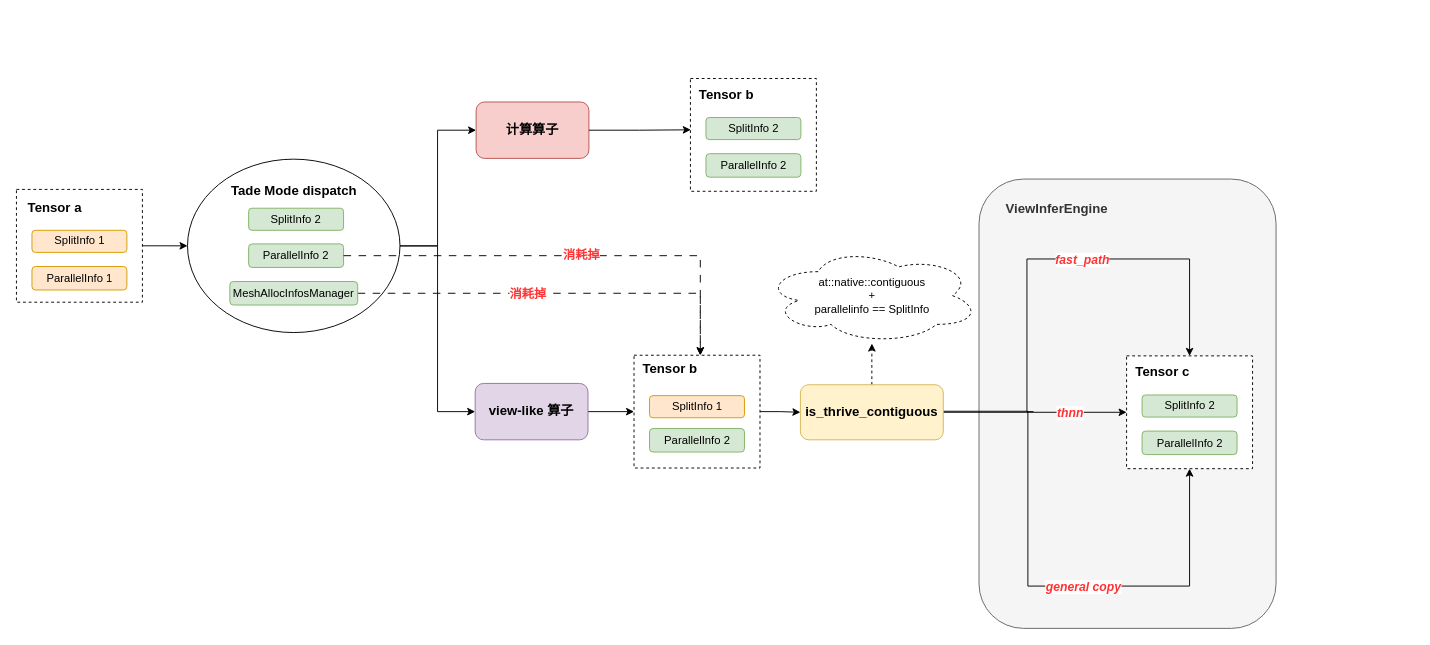
The draw.io diagram view-like方案.drawio in QLW7/draw_io, before the edit. Source tidied: cells renumbered, new cells numbered last; positions are measured from the earlier drawing's top-left corner, leaving out a move shared by most shapes. Both pictures are drawn from the tidied source at 94%, with x=0, y=0 at pixel (16, 78).
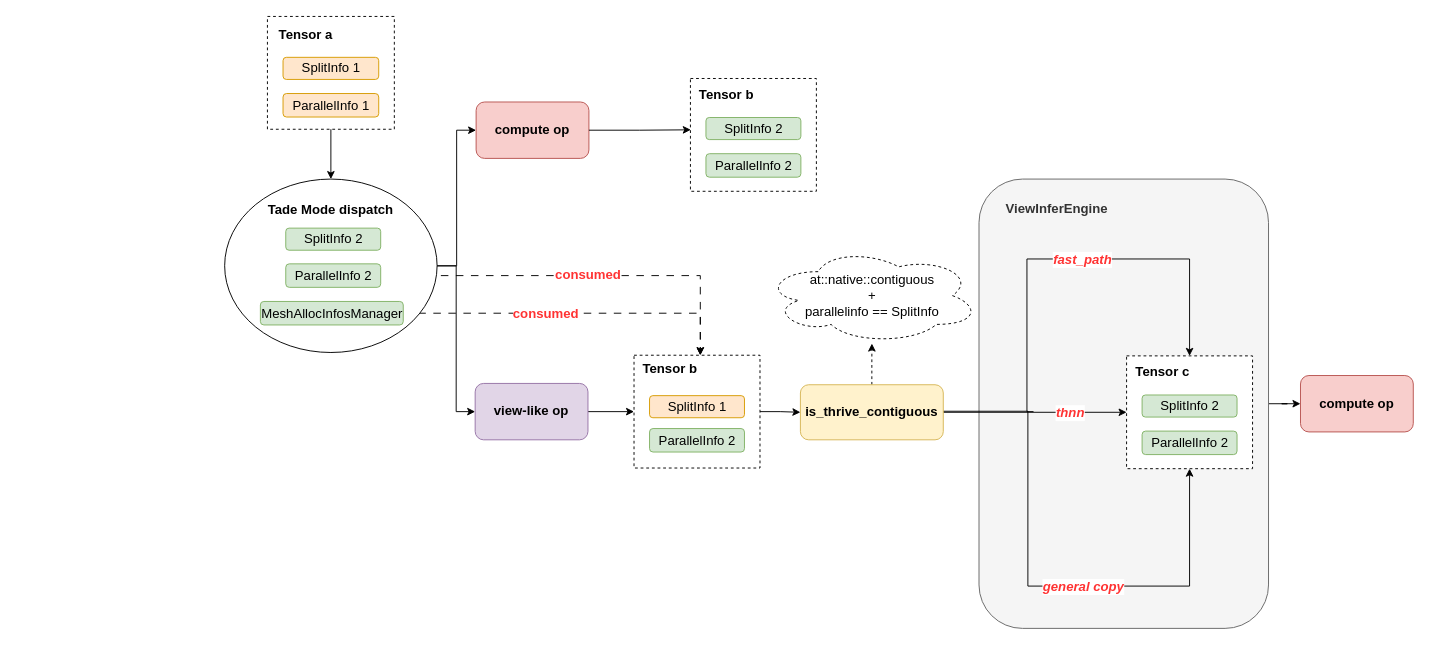
The same diagram, later.

What changed in the source:
```diff
@@
+    <mxCell id="51" style="edgeStyle=orthogonalEdgeStyle;rounded=0;jettySize=auto;html=1;entryX=0;entryY=0.5;entryDx=0;entryDy=0;" parent="1" edge="1" source="2" target="53">
+      <mxGeometry relative="1" as="geometry" />
+    </mxCell>
-    <mxCell id="2" style="rounded=1;whiteSpace=wrap;html=1;fillColor=#f5f5f5;strokeColor=#666666;fontColor=#333333;" parent="1" vertex="1">
-      <mxGeometry x="1024" y="107" width="316" height="478" as="geometry" />
+    <mxCell id="2" style="rounded=1;whiteSpace=wrap;html=1;fillColor=#f5f5f5;strokeColor=#666666;fontColor=#333333;fontSize=14;" parent="1" vertex="1">
+      <mxGeometry x="1024" y="107" width="308" height="478" as="geometry" />
     </mxCell>
-    <mxCell id="3" value="&lt;font style=&quot;font-size: 14px;&quot;&gt;&lt;b&gt;计算算子&lt;/b&gt;&lt;/font&gt;" style="rounded=1;whiteSpace=wrap;html=1;fillColor=#f8cecc;strokeColor=#b85450;" parent="1" vertex="1">
+    <mxCell id="3" value="&lt;b&gt;compute op&lt;/b&gt;" style="rounded=1;whiteSpace=wrap;html=1;fillColor=#f8cecc;strokeColor=#b85450;fontSize=14;" parent="1" vertex="1">
       <mxGeometry x="489" y="25" width="120" height="60" as="geometry" />
     </mxCell>
-    <mxCell id="4" style="edgeStyle=orthogonalEdgeStyle;rounded=0;jettySize=auto;html=1;entryX=0;entryY=0.5;entryDx=0;entryDy=0;" parent="1" edge="1" source="21" target="31">
-      <mxGeometry relative="1" as="geometry" />
-    </mxCell>
-    <mxCell id="5" style="edgeStyle=orthogonalEdgeStyle;rounded=0;jettySize=auto;html=1;entryX=0;entryY=0.5;entryDx=0;entryDy=0;" parent="1" edge="1" source="31" target="3">
-      <mxGeometry relative="1" as="geometry">
-        <Array as="points">
-          <mxPoint x="448" y="178" />
-          <mxPoint x="448" y="55" />
-        </Array>
-      </mxGeometry>
-    </mxCell>
-    <mxCell id="6" style="edgeStyle=orthogonalEdgeStyle;rounded=0;jettySize=auto;html=1;entryX=0.003;entryY=0.455;entryDx=0;entryDy=0;entryPerimeter=0;" parent="1" edge="1" source="3" target="26">
+    <mxCell id="6" style="edgeStyle=orthogonalEdgeStyle;rounded=0;jettySize=auto;html=1;entryX=0.003;entryY=0.455;entryDx=0;entryDy=0;entryPerimeter=0;fontSize=14;" parent="1" edge="1" source="3" target="26">
       <mxGeometry relative="1" as="geometry" />
     </mxCell>
-    <mxCell id="7" style="edgeStyle=orthogonalEdgeStyle;rounded=0;jettySize=auto;html=1;entryX=0;entryY=0.5;entryDx=0;entryDy=0;" parent="1" edge="1" source="8" target="46">
+    <mxCell id="7" style="edgeStyle=orthogonalEdgeStyle;rounded=0;jettySize=auto;html=1;entryX=0;entryY=0.5;entryDx=0;entryDy=0;fontSize=14;" parent="1" edge="1" source="8" target="46">
       <mxGeometry relative="1" as="geometry" />
     </mxCell>
-    <mxCell id="8" value="&lt;font style=&quot;font-size: 14px;&quot;&gt;&lt;b&gt;view-like 算子&lt;/b&gt;&lt;/font&gt;" style="rounded=1;whiteSpace=wrap;html=1;fillColor=#e1d5e7;strokeColor=#9673a6;" parent="1" vertex="1">
+    <mxCell id="8" value="&lt;font&gt;&lt;b&gt;view-like op&lt;/b&gt;&lt;/font&gt;" style="rounded=1;whiteSpace=wrap;html=1;fillColor=#e1d5e7;strokeColor=#9673a6;fontSize=14;" parent="1" vertex="1">
       <mxGeometry x="488" y="324.4" width="120" height="60" as="geometry" />
     </mxCell>
-    <mxCell id="9" style="edgeStyle=orthogonalEdgeStyle;rounded=0;jettySize=auto;html=1;entryX=0;entryY=0.5;entryDx=0;entryDy=0;" parent="1" edge="1" source="31" target="8">
-      <mxGeometry relative="1" as="geometry" />
-    </mxCell>
-    <mxCell id="10" style="edgeStyle=orthogonalEdgeStyle;rounded=0;jettySize=auto;html=1;entryX=0.5;entryY=0;entryDx=0;entryDy=0;exitX=1;exitY=0.5;exitDx=0;exitDy=0;" parent="1" edge="1" target="41">
+    <mxCell id="10" style="edgeStyle=orthogonalEdgeStyle;rounded=0;jettySize=auto;html=1;entryX=0.5;entryY=0;entryDx=0;entryDy=0;exitX=1;exitY=0.5;exitDx=0;exitDy=0;fontSize=14;" parent="1" edge="1" target="41">
       <mxGeometry relative="1" as="geometry">
         <mxPoint x="1082" y="354.4" as="sourcePoint" />
         <Array as="points">
           <mxPoint x="1075" y="354" />
           <mxPoint x="1075" y="192" />
           <mxPoint x="1248" y="192" />
         </Array>
       </mxGeometry>
     </mxCell>
-    <mxCell id="11" style="edgeLabel;html=1;align=center;verticalAlign=middle;" parent="10" vertex="1">
-      <mxGeometry x="0.02" y="-1" relative="1" as="geometry" />
-    </mxCell>
-    <mxCell id="12" value="&lt;span style=&quot;color: rgb(255, 51, 51); font-size: 13px; font-style: italic; font-weight: 700;&quot;&gt;fast_path&lt;/span&gt;" style="edgeLabel;html=1;align=center;verticalAlign=middle;" parent="10" vertex="1">
+    <mxCell id="12" value="&lt;span style=&quot;color: rgb(255, 51, 51); font-style: italic; font-weight: 700;&quot;&gt;fast_path&lt;/span&gt;" style="edgeLabel;html=1;align=center;verticalAlign=middle;fontSize=14;" parent="10" vertex="1">
       <mxGeometry x="0.06" y="2" relative="1" as="geometry">
         <mxPoint x="-8" y="2" as="offset" />
       </mxGeometry>
     </mxCell>
-    <mxCell id="13" style="edgeStyle=orthogonalEdgeStyle;rounded=0;jettySize=auto;html=1;entryX=0.5;entryY=1;entryDx=0;entryDy=0;exitX=1;exitY=0.5;exitDx=0;exitDy=0;" parent="1" edge="1" source="18" target="41">
+    <mxCell id="13" style="edgeStyle=orthogonalEdgeStyle;rounded=0;jettySize=auto;html=1;entryX=0.5;entryY=1;entryDx=0;entryDy=0;exitX=1;exitY=0.5;exitDx=0;exitDy=0;fontSize=14;" parent="1" edge="1" source="18" target="41">
       <mxGeometry relative="1" as="geometry">
         <Array as="points">
           <mxPoint x="986" y="354" />
           <mxPoint x="1076" y="354" />
           <mxPoint x="1076" y="540" />
           <mxPoint x="1248" y="540" />
         </Array>
       </mxGeometry>
     </mxCell>
-    <mxCell id="14" value="&lt;b style=&quot;color: rgb(255, 51, 51); font-size: 13px;&quot;&gt;&lt;i&gt;general copy&lt;/i&gt;&lt;/b&gt;" style="edgeLabel;html=1;align=center;verticalAlign=middle;" parent="13" vertex="1">
+    <mxCell id="14" value="&lt;b style=&quot;color: rgb(255, 51, 51);&quot;&gt;&lt;i&gt;general copy&lt;/i&gt;&lt;/b&gt;" style="edgeLabel;html=1;align=center;verticalAlign=middle;fontSize=14;" parent="13" vertex="1">
       <mxGeometry x="0.17" relative="1" as="geometry" />
     </mxCell>
-    <mxCell id="15" style="edgeStyle=orthogonalEdgeStyle;rounded=0;jettySize=auto;html=1;entryX=0;entryY=0.5;entryDx=0;entryDy=0;exitX=1;exitY=0.5;exitDx=0;exitDy=0;" parent="1" edge="1" source="18" target="41">
+    <mxCell id="15" style="edgeStyle=orthogonalEdgeStyle;rounded=0;jettySize=auto;html=1;entryX=0;entryY=0.5;entryDx=0;entryDy=0;exitX=1;exitY=0.5;exitDx=0;exitDy=0;fontSize=14;" parent="1" edge="1" source="18" target="41">
       <mxGeometry relative="1" as="geometry" />
     </mxCell>
-    <mxCell id="16" value="&lt;font color=&quot;#ff3333&quot;&gt;&lt;span style=&quot;font-size: 13px;&quot;&gt;&lt;b&gt;&lt;i&gt;thnn&lt;/i&gt;&lt;/b&gt;&lt;/span&gt;&lt;/font&gt;" style="edgeLabel;html=1;align=center;verticalAlign=middle;" parent="15" vertex="1">
+    <mxCell id="16" value="&lt;font color=&quot;#ff3333&quot;&gt;&lt;span&gt;&lt;b&gt;&lt;i&gt;thnn&lt;/i&gt;&lt;/b&gt;&lt;/span&gt;&lt;/font&gt;" style="edgeLabel;html=1;align=center;verticalAlign=middle;fontSize=14;" parent="15" vertex="1">
       <mxGeometry x="0.16" y="3" relative="1" as="geometry">
         <mxPoint x="21" y="3" as="offset" />
       </mxGeometry>
     </mxCell>
-    <mxCell id="17" style="edgeStyle=orthogonalEdgeStyle;rounded=0;jettySize=auto;html=1;dashed=1;" parent="1" edge="1" source="18" target="30">
+    <mxCell id="17" style="edgeStyle=orthogonalEdgeStyle;rounded=0;jettySize=auto;html=1;dashed=1;fontSize=14;" parent="1" edge="1" source="18" target="30">
       <mxGeometry relative="1" as="geometry" />
     </mxCell>
-    <mxCell id="18" value="&lt;font style=&quot;font-size: 14px;&quot;&gt;&lt;b&gt;is_thrive_contiguous&lt;/b&gt;&lt;/font&gt;" style="rounded=1;whiteSpace=wrap;html=1;fillColor=#fff2cc;strokeColor=#d6b656;" parent="1" vertex="1">
+    <mxCell id="18" value="&lt;font&gt;&lt;b&gt;is_thrive_contiguous&lt;/b&gt;&lt;/font&gt;" style="rounded=1;whiteSpace=wrap;html=1;fillColor=#fff2cc;strokeColor=#d6b656;fontSize=14;" parent="1" vertex="1">
       <mxGeometry x="834" y="325.8" width="152" height="58.6" as="geometry" />
     </mxCell>
-    <mxCell id="19" style="edgeStyle=orthogonalEdgeStyle;rounded=0;jettySize=auto;html=1;" parent="1" edge="1" source="46" target="18">
+    <mxCell id="19" style="edgeStyle=orthogonalEdgeStyle;rounded=0;jettySize=auto;html=1;fontSize=14;" parent="1" edge="1" source="46" target="18">
       <mxGeometry relative="1" as="geometry" />
     </mxCell>
-    <mxCell id="20" style="group;" parent="1" vertex="1">
-      <mxGeometry y="118" width="134" height="120" as="geometry" />
+    <mxCell id="20" style="group;fontSize=14;" parent="1" vertex="1">
+      <mxGeometry x="267" y="-66" width="135" height="120" as="geometry" />
     </mxCell>
-    <mxCell id="21" style="rounded=0;whiteSpace=wrap;html=1;dashed=1;" parent="20" vertex="1">
-      <mxGeometry width="134" height="120" as="geometry" />
+    <mxCell id="21" style="rounded=0;whiteSpace=wrap;html=1;dashed=1;fontSize=14;" parent="20" vertex="1">
+      <mxGeometry width="135" height="120" as="geometry" />
     </mxCell>
-    <mxCell id="22" value="SplitInfo 1" style="rounded=1;whiteSpace=wrap;html=1;fillColor=#ffe6cc;strokeColor=#d79b00;" parent="20" vertex="1">
-      <mxGeometry x="16.5" y="43.5" width="101" height="23.5" as="geometry" />
+    <mxCell id="22" value="SplitInfo 1" style="rounded=1;whiteSpace=wrap;html=1;fillColor=#ffe6cc;strokeColor=#d79b00;fontSize=14;" parent="20" vertex="1">
+      <mxGeometry x="16.6" y="43.5" width="101.8" height="23.5" as="geometry" />
     </mxCell>
-    <mxCell id="23" value="&lt;b&gt;&lt;font style=&quot;font-size: 14px;&quot;&gt;Tensor a&lt;/font&gt;&lt;/b&gt;" style="text;html=1;align=center;verticalAlign=middle;whiteSpace=wrap;rounded=0;" parent="20" vertex="1">
-      <mxGeometry x="10.5" y="4" width="60" height="30" as="geometry" />
+    <mxCell id="23" value="&lt;b&gt;&lt;font&gt;Tensor a&lt;/font&gt;&lt;/b&gt;" style="text;html=1;align=center;verticalAlign=middle;whiteSpace=wrap;rounded=0;fontSize=14;" parent="20" vertex="1">
+      <mxGeometry x="10.6" y="4" width="60.4" height="30" as="geometry" />
     </mxCell>
-    <mxCell id="24" value="ParallelInfo 1" style="rounded=1;whiteSpace=wrap;html=1;fillColor=#ffe6cc;strokeColor=#d79b00;" parent="20" vertex="1">
-      <mxGeometry x="16.5" y="82" width="101" height="25" as="geometry" />
+    <mxCell id="24" value="ParallelInfo 1" style="rounded=1;whiteSpace=wrap;html=1;fillColor=#ffe6cc;strokeColor=#d79b00;fontSize=14;" parent="20" vertex="1">
+      <mxGeometry x="16.6" y="82" width="101.8" height="25" as="geometry" />
     </mxCell>
-    <mxCell id="25" style="group;" parent="1" vertex="1">
+    <mxCell id="25" style="group;fontSize=14;" parent="1" vertex="1">
       <mxGeometry x="717" width="134" height="120" as="geometry" />
     </mxCell>
-    <mxCell id="26" style="rounded=0;whiteSpace=wrap;html=1;dashed=1;" parent="25" vertex="1">
+    <mxCell id="26" style="rounded=0;whiteSpace=wrap;html=1;dashed=1;fontSize=14;" parent="25" vertex="1">
       <mxGeometry width="134" height="120" as="geometry" />
     </mxCell>
-    <mxCell id="27" value="SplitInfo 2" style="rounded=1;whiteSpace=wrap;html=1;fillColor=#d5e8d4;strokeColor=#82b366;" parent="25" vertex="1">
+    <mxCell id="27" value="SplitInfo 2" style="rounded=1;whiteSpace=wrap;html=1;fillColor=#d5e8d4;strokeColor=#82b366;fontSize=14;" parent="25" vertex="1">
       <mxGeometry x="16.5" y="41.5" width="101" height="23.5" as="geometry" />
     </mxCell>
-    <mxCell id="28" value="&lt;b&gt;&lt;font style=&quot;font-size: 14px;&quot;&gt;Tensor b&lt;/font&gt;&lt;/b&gt;" style="text;html=1;align=center;verticalAlign=middle;whiteSpace=wrap;rounded=0;" parent="25" vertex="1">
+    <mxCell id="28" value="&lt;b&gt;&lt;font&gt;Tensor b&lt;/font&gt;&lt;/b&gt;" style="text;html=1;align=center;verticalAlign=middle;whiteSpace=wrap;rounded=0;fontSize=14;" parent="25" vertex="1">
       <mxGeometry x="6" y="2" width="64.5" height="30" as="geometry" />
     </mxCell>
-    <mxCell id="29" value="ParallelInfo 2" style="rounded=1;whiteSpace=wrap;html=1;fillColor=#d5e8d4;strokeColor=#82b366;" parent="25" vertex="1">
+    <mxCell id="29" value="ParallelInfo 2" style="rounded=1;whiteSpace=wrap;html=1;fillColor=#d5e8d4;strokeColor=#82b366;fontSize=14;" parent="25" vertex="1">
       <mxGeometry x="16.5" y="80" width="101" height="25" as="geometry" />
     </mxCell>
-    <mxCell id="30" value="at::native::contiguous&lt;br&gt;+&lt;br&gt;parallelinfo == SplitInfo" style="ellipse;shape=cloud;whiteSpace=wrap;html=1;dashed=1;" parent="1" vertex="1">
+    <mxCell id="30" value="at::native::contiguous&lt;br&gt;+&lt;br&gt;parallelinfo == SplitInfo" style="ellipse;shape=cloud;whiteSpace=wrap;html=1;dashed=1;fontSize=14;" parent="1" vertex="1">
       <mxGeometry x="795.8" y="180" width="228.5" height="102" as="geometry" />
     </mxCell>
-    <mxCell id="31" style="ellipse;whiteSpace=wrap;html=1;" parent="1" vertex="1">
-      <mxGeometry x="182" y="85.8" width="226" height="184.5" as="geometry" />
-    </mxCell>
-    <mxCell id="32" value="&lt;font style=&quot;font-size: 14px;&quot;&gt;&lt;b&gt;Tade Mode dispatch&lt;/b&gt;&lt;/font&gt;" style="text;html=1;align=center;verticalAlign=middle;whiteSpace=wrap;rounded=0;" parent="1" vertex="1">
-      <mxGeometry x="225.5" y="104" width="139" height="30" as="geometry" />
-    </mxCell>
-    <mxCell id="33" value="ParallelInfo 2" style="rounded=1;whiteSpace=wrap;html=1;fillColor=#d5e8d4;strokeColor=#82b366;" parent="1" vertex="1">
-      <mxGeometry x="247" y="176" width="101" height="25" as="geometry" />
-    </mxCell>
-    <mxCell id="34" value="SplitInfo 2" style="rounded=1;whiteSpace=wrap;html=1;fillColor=#d5e8d4;strokeColor=#82b366;" parent="1" vertex="1">
-      <mxGeometry x="247" y="138" width="101" height="23.5" as="geometry" />
-    </mxCell>
-    <mxCell id="35" style="edgeStyle=orthogonalEdgeStyle;rounded=0;jettySize=auto;html=1;dashed=1;dashPattern=8 8;entryX=1;entryY=0;entryDx=0;entryDy=0;" parent="1" edge="1" source="37" target="47">
+    <mxCell id="35" style="edgeStyle=orthogonalEdgeStyle;rounded=0;jettySize=auto;html=1;dashed=1;dashPattern=8 8;entryX=1;entryY=0;entryDx=0;entryDy=0;fontSize=14;" parent="1" edge="1" source="37" target="47">
       <mxGeometry relative="1" as="geometry" />
     </mxCell>
-    <mxCell id="36" value="&lt;font style=&quot;color: rgb(255, 51, 51); font-size: 13px;&quot;&gt;&lt;b&gt;消耗掉&lt;/b&gt;&lt;/font&gt;" style="edgeLabel;html=1;align=center;verticalAlign=middle;" parent="35" vertex="1">
+    <mxCell id="36" value="&lt;font style=&quot;color: rgb(255, 51, 51);&quot;&gt;&lt;b&gt;consumed&lt;/b&gt;&lt;/font&gt;" style="edgeLabel;html=1;align=center;verticalAlign=middle;fontSize=14;" parent="35" vertex="1">
       <mxGeometry x="-0.17" y="-3" relative="1" as="geometry">
         <mxPoint x="1" y="-3" as="offset" />
       </mxGeometry>
     </mxCell>
-    <mxCell id="37" value="MeshAllocInfosManager" style="rounded=1;whiteSpace=wrap;html=1;fillColor=#d5e8d4;strokeColor=#82b366;" parent="1" vertex="1">
-      <mxGeometry x="227" y="216" width="136" height="25" as="geometry" />
-    </mxCell>
-    <mxCell id="38" style="edgeStyle=orthogonalEdgeStyle;rounded=0;jettySize=auto;html=1;entryX=1;entryY=0;entryDx=0;entryDy=0;dashed=1;dashPattern=8 8;exitX=1;exitY=0.5;exitDx=0;exitDy=0;" parent="1" edge="1" source="33" target="47">
+    <mxCell id="38" style="edgeStyle=orthogonalEdgeStyle;rounded=0;jettySize=auto;html=1;entryX=1;entryY=0;entryDx=0;entryDy=0;dashed=1;dashPattern=8 8;exitX=1;exitY=0.5;exitDx=0;exitDy=0;fontSize=14;" parent="1" edge="1" source="33" target="47">
       <mxGeometry relative="1" as="geometry" />
     </mxCell>
-    <mxCell id="39" value="&lt;font style=&quot;color: rgb(255, 51, 51); font-size: 13px;&quot;&gt;&lt;b&gt;消耗掉&lt;/b&gt;&lt;/font&gt;" style="edgeLabel;html=1;align=center;verticalAlign=middle;" parent="38" vertex="1">
+    <mxCell id="39" value="&lt;font style=&quot;color: rgb(255, 51, 51);&quot;&gt;&lt;b&gt;consumed&lt;/b&gt;&lt;/font&gt;" style="edgeLabel;html=1;align=center;verticalAlign=middle;fontSize=14;" parent="38" vertex="1">
       <mxGeometry x="0.05" relative="1" as="geometry">
         <mxPoint x="-3" y="-1" as="offset" />
       </mxGeometry>
     </mxCell>
-    <mxCell id="40" style="group;" parent="1" vertex="1">
+    <mxCell id="40" style="group;fontSize=14;" parent="1" vertex="1">
       <mxGeometry x="1181" y="295.1" width="134" height="120" as="geometry" />
     </mxCell>
-    <mxCell id="41" style="rounded=0;whiteSpace=wrap;html=1;dashed=1;" parent="40" vertex="1">
+    <mxCell id="41" style="rounded=0;whiteSpace=wrap;html=1;dashed=1;fontSize=14;" parent="40" vertex="1">
       <mxGeometry width="134" height="120" as="geometry" />
     </mxCell>
-    <mxCell id="42" value="&lt;b&gt;&lt;font style=&quot;font-size: 14px;&quot;&gt;Tensor c&lt;/font&gt;&lt;/b&gt;" style="text;html=1;align=center;verticalAlign=middle;whiteSpace=wrap;rounded=0;" parent="40" vertex="1">
+    <mxCell id="42" value="&lt;b&gt;&lt;font&gt;Tensor c&lt;/font&gt;&lt;/b&gt;" style="text;html=1;align=center;verticalAlign=middle;whiteSpace=wrap;rounded=0;fontSize=14;" parent="40" vertex="1">
       <mxGeometry x="6" y="2" width="64.5" height="30" as="geometry" />
     </mxCell>
-    <mxCell id="43" value="ParallelInfo 2" style="rounded=1;whiteSpace=wrap;html=1;fillColor=#d5e8d4;strokeColor=#82b366;" parent="40" vertex="1">
+    <mxCell id="43" value="ParallelInfo 2" style="rounded=1;whiteSpace=wrap;html=1;fillColor=#d5e8d4;strokeColor=#82b366;fontSize=14;" parent="40" vertex="1">
       <mxGeometry x="16.5" y="80" width="101" height="25" as="geometry" />
     </mxCell>
-    <mxCell id="44" value="SplitInfo 2" style="rounded=1;whiteSpace=wrap;html=1;fillColor=#d5e8d4;strokeColor=#82b366;" parent="40" vertex="1">
+    <mxCell id="44" value="SplitInfo 2" style="rounded=1;whiteSpace=wrap;html=1;fillColor=#d5e8d4;strokeColor=#82b366;fontSize=14;" parent="40" vertex="1">
       <mxGeometry x="16.5" y="41.6" width="101" height="23.5" as="geometry" />
     </mxCell>
-    <mxCell id="45" style="group;" parent="1" vertex="1">
+    <mxCell id="45" style="group;fontSize=14;" parent="1" vertex="1">
       <mxGeometry x="657" y="294.4" width="134" height="120" as="geometry" />
     </mxCell>
-    <mxCell id="46" style="rounded=0;whiteSpace=wrap;html=1;dashed=1;" parent="45" vertex="1">
+    <mxCell id="46" style="rounded=0;whiteSpace=wrap;html=1;dashed=1;fontSize=14;" parent="45" vertex="1">
       <mxGeometry width="134" height="120" as="geometry" />
     </mxCell>
-    <mxCell id="47" value="&lt;b&gt;&lt;font style=&quot;font-size: 14px;&quot;&gt;Tensor b&lt;/font&gt;&lt;/b&gt;" style="text;html=1;align=center;verticalAlign=middle;whiteSpace=wrap;rounded=0;" parent="45" vertex="1">
+    <mxCell id="47" value="&lt;b&gt;&lt;font&gt;Tensor b&lt;/font&gt;&lt;/b&gt;" style="text;html=1;align=center;verticalAlign=middle;whiteSpace=wrap;rounded=0;fontSize=14;" parent="45" vertex="1">
       <mxGeometry x="6" width="64.5" height="30" as="geometry" />
     </mxCell>
-    <mxCell id="48" value="ParallelInfo 2" style="rounded=1;whiteSpace=wrap;html=1;fillColor=#d5e8d4;strokeColor=#82b366;" parent="45" vertex="1">
+    <mxCell id="48" value="ParallelInfo 2" style="rounded=1;whiteSpace=wrap;html=1;fillColor=#d5e8d4;strokeColor=#82b366;fontSize=14;" parent="45" vertex="1">
       <mxGeometry x="16.5" y="78" width="101" height="25" as="geometry" />
     </mxCell>
-    <mxCell id="49" value="SplitInfo 1" style="rounded=1;whiteSpace=wrap;html=1;fillColor=#ffe6cc;strokeColor=#d79b00;" parent="45" vertex="1">
+    <mxCell id="49" value="SplitInfo 1" style="rounded=1;whiteSpace=wrap;html=1;fillColor=#ffe6cc;strokeColor=#d79b00;fontSize=14;" parent="45" vertex="1">
       <mxGeometry x="16.5" y="43" width="101" height="23.5" as="geometry" />
     </mxCell>
-    <mxCell id="50" value="&lt;b style=&quot;color: rgb(51, 51, 51); font-size: 14px;&quot;&gt;ViewInferEngine&lt;/b&gt;" style="text;html=1;align=center;verticalAlign=middle;whiteSpace=wrap;rounded=0;" parent="1" vertex="1">
+    <mxCell id="50" value="&lt;b style=&quot;color: rgb(51, 51, 51);&quot;&gt;ViewInferEngine&lt;/b&gt;" style="text;html=1;align=center;verticalAlign=middle;whiteSpace=wrap;rounded=0;fontSize=14;" parent="1" vertex="1">
       <mxGeometry x="1077" y="124" width="60" height="30" as="geometry" />
     </mxCell>
+    <mxCell id="52" style="group;fontSize=14;" parent="1" vertex="1">
+      <mxGeometry x="221.5" y="107" width="226" height="184.5" as="geometry" />
+    </mxCell>
+    <mxCell id="31" style="ellipse;whiteSpace=wrap;html=1;fontSize=14;" parent="52" vertex="1">
+      <mxGeometry width="226" height="184.5" as="geometry" />
+    </mxCell>
+    <mxCell id="32" value="&lt;font&gt;&lt;b&gt;Tade Mode dispatch&lt;/b&gt;&lt;/font&gt;" style="text;html=1;align=center;verticalAlign=middle;whiteSpace=wrap;rounded=0;fontSize=14;" parent="52" vertex="1">
+      <mxGeometry x="43.5" y="18.2" width="139" height="30" as="geometry" />
+    </mxCell>
+    <mxCell id="33" value="ParallelInfo 2" style="rounded=1;whiteSpace=wrap;html=1;fillColor=#d5e8d4;strokeColor=#82b366;fontSize=14;" parent="52" vertex="1">
+      <mxGeometry x="65" y="90.2" width="101" height="25" as="geometry" />
+    </mxCell>
+    <mxCell id="34" value="SplitInfo 2" style="rounded=1;whiteSpace=wrap;html=1;fillColor=#d5e8d4;strokeColor=#82b366;fontSize=14;" parent="52" vertex="1">
+      <mxGeometry x="65" y="52.2" width="101" height="23.5" as="geometry" />
+    </mxCell>
+    <mxCell id="37" value="MeshAllocInfosManager" style="rounded=1;whiteSpace=wrap;html=1;fillColor=#d5e8d4;strokeColor=#82b366;fontSize=14;" parent="52" vertex="1">
+      <mxGeometry x="38" y="130.2" width="152" height="25" as="geometry" />
+    </mxCell>
+    <mxCell id="4" style="edgeStyle=orthogonalEdgeStyle;rounded=0;jettySize=auto;html=1;entryX=0.5;entryY=0;entryDx=0;entryDy=0;fontSize=14;" parent="1" edge="1" source="21" target="31">
+      <mxGeometry relative="1" as="geometry" />
+    </mxCell>
+    <mxCell id="53" value="&lt;font&gt;&lt;b&gt;compute op&lt;/b&gt;&lt;/font&gt;" style="rounded=1;whiteSpace=wrap;html=1;fillColor=#f8cecc;strokeColor=#b85450;fontSize=14;" parent="1" vertex="1">
+      <mxGeometry x="1366" y="316" width="120" height="60" as="geometry" />
+    </mxCell>
+    <mxCell id="5" style="edgeStyle=orthogonalEdgeStyle;rounded=0;jettySize=auto;html=1;entryX=0;entryY=0.5;entryDx=0;entryDy=0;" parent="1" edge="1" source="31" target="3">
+      <mxGeometry relative="1" as="geometry" />
+    </mxCell>
+    <mxCell id="9" style="edgeStyle=orthogonalEdgeStyle;rounded=0;jettySize=auto;html=1;entryX=0;entryY=0.5;entryDx=0;entryDy=0;" parent="1" edge="1" source="31" target="8">
+      <mxGeometry relative="1" as="geometry" />
+    </mxCell>
```
